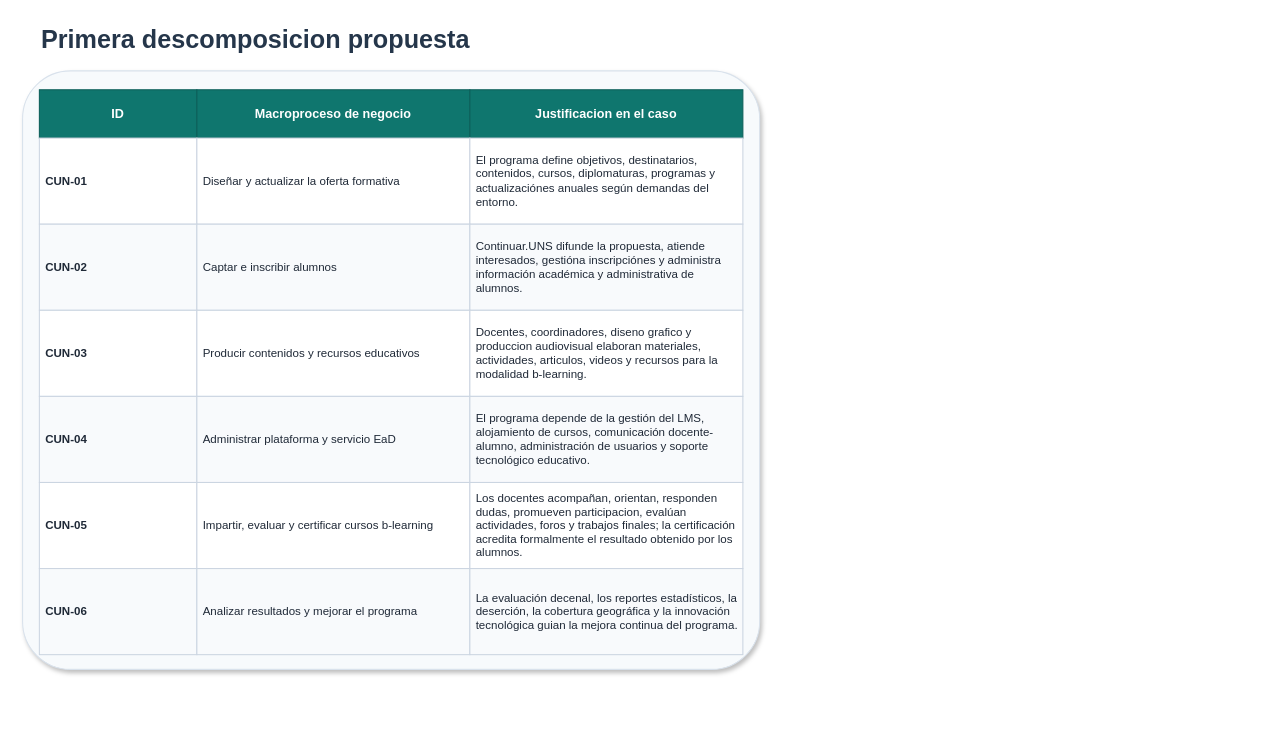
Before: page "Primera descomposicion propuesta" (1 of 2) of diagramas/tablas/Tablas_Primera_Descomposicion_BLearning.drawio in Jsue46/exposicionayd, a draw.io diagram. Source tidied: cells renumbered, new cells numbered last; positions are measured from the earlier drawing's top-left corner, leaving out a move shared by most shapes. Both pictures are drawn from the tidied source at 105%, with x=0, y=0 at pixel (22, 18).
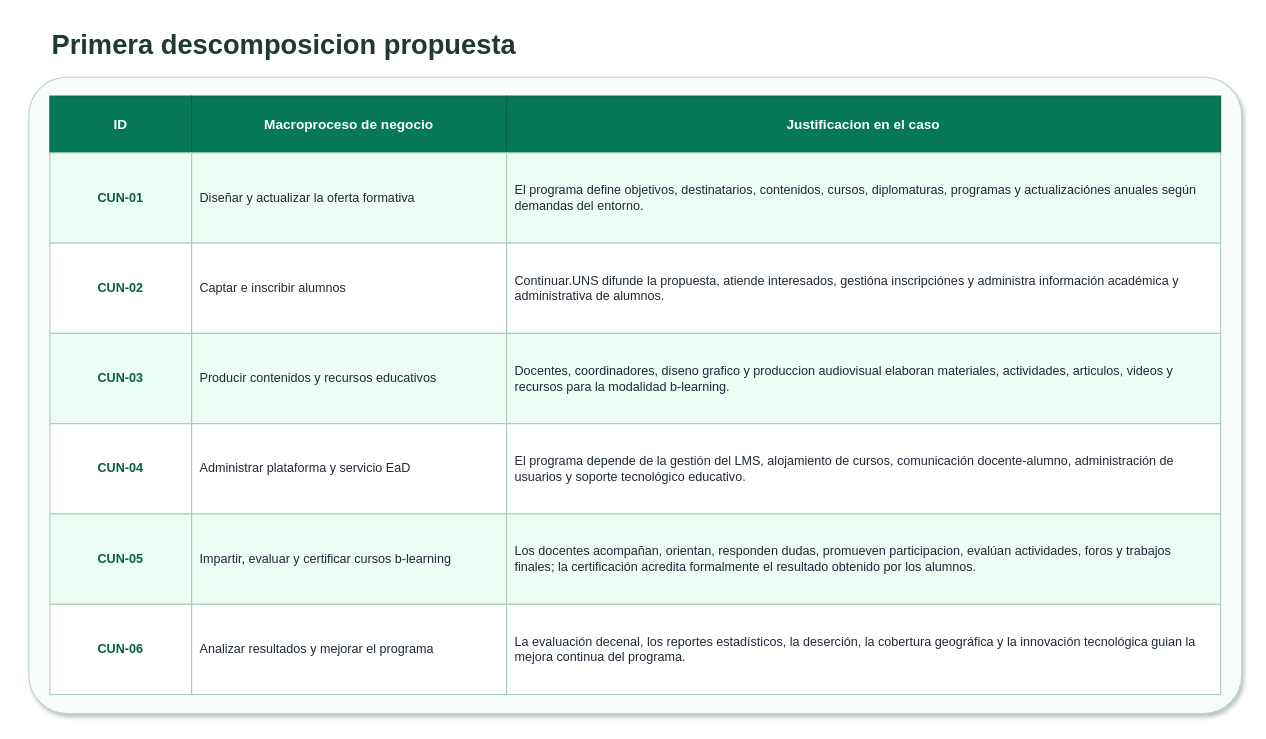
The same diagram, later.

Diff of the diagram source:
```diff
@@
-    <mxCell id="2" value="Primera descomposicion propuesta" style="text;html=1;strokeColor=none;fillColor=none;align=left;verticalAlign=middle;whiteSpace=wrap;rounded=0;fontSize=24;fontStyle=1;fontColor=#25364A;" parent="1" vertex="1">
-      <mxGeometry x="16" width="670" height="42" as="geometry" />
+    <mxCell id="2" value="Primera descomposicion propuesta" style="text;html=1;strokeColor=none;fillColor=none;align=left;verticalAlign=middle;whiteSpace=wrap;rounded=0;fontSize=26;fontStyle=1;fontColor=#1F3A33;" parent="1" vertex="1">
+      <mxGeometry x="26" y="2" width="1115" height="46" as="geometry" />
     </mxCell>
-    <mxCell id="3" style="rounded=1;whiteSpace=wrap;html=1;fillColor=#F7FAFC;strokeColor=#D9E2EC;arcSize=8;shadow=1;" parent="1" vertex="1">
-      <mxGeometry y="50" width="702" height="570" as="geometry" />
+    <mxCell id="3" style="rounded=1;whiteSpace=wrap;html=1;fillColor=#F8FCFA;strokeColor=#B7D7C2;arcSize=6;shadow=1;" parent="1" vertex="1">
+      <mxGeometry x="6" y="56" width="1155" height="606" as="geometry" />
     </mxCell>
-    <mxCell id="4" value="ID" style="rounded=0;whiteSpace=wrap;html=1;fillColor=#0F766E;strokeColor=#0B5F59;fontColor=#FFFFFF;fontStyle=1;align=center;verticalAlign=middle;fontSize=12;spacing=6;" parent="1" vertex="1">
-      <mxGeometry x="16" y="68" width="150" height="46" as="geometry" />
+    <mxCell id="4" value="ID" style="rounded=0;whiteSpace=wrap;html=1;fillColor=#047857;strokeColor=#065F46;fontColor=#FFFFFF;fontStyle=1;align=center;verticalAlign=middle;fontSize=13;spacing=8;" parent="1" vertex="1">
+      <mxGeometry x="26" y="74" width="135" height="54" as="geometry" />
     </mxCell>
-    <mxCell id="5" value="Macroproceso de negocio" style="rounded=0;whiteSpace=wrap;html=1;fillColor=#0F766E;strokeColor=#0B5F59;fontColor=#FFFFFF;fontStyle=1;align=center;verticalAlign=middle;fontSize=12;spacing=6;" parent="1" vertex="1">
-      <mxGeometry x="166" y="68" width="260" height="46" as="geometry" />
+    <mxCell id="5" value="Macroproceso de negocio" style="rounded=0;whiteSpace=wrap;html=1;fillColor=#047857;strokeColor=#065F46;fontColor=#FFFFFF;fontStyle=1;align=center;verticalAlign=middle;fontSize=13;spacing=8;" parent="1" vertex="1">
+      <mxGeometry x="161" y="74" width="300" height="54" as="geometry" />
     </mxCell>
-    <mxCell id="6" value="Justificacion en el caso" style="rounded=0;whiteSpace=wrap;html=1;fillColor=#0F766E;strokeColor=#0B5F59;fontColor=#FFFFFF;fontStyle=1;align=center;verticalAlign=middle;fontSize=12;spacing=6;" parent="1" vertex="1">
-      <mxGeometry x="426" y="68" width="260" height="46" as="geometry" />
+    <mxCell id="6" value="Justificacion en el caso" style="rounded=0;whiteSpace=wrap;html=1;fillColor=#047857;strokeColor=#065F46;fontColor=#FFFFFF;fontStyle=1;align=center;verticalAlign=middle;fontSize=13;spacing=8;" parent="1" vertex="1">
+      <mxGeometry x="461" y="74" width="680" height="54" as="geometry" />
     </mxCell>
-    <mxCell id="7" value="CUN-01" style="rounded=0;whiteSpace=wrap;html=1;fillColor=#FFFFFF;strokeColor=#CBD5E1;fontColor=#1F2937;fontStyle=1;align=left;verticalAlign=middle;fontSize=11;spacing=6;" parent="1" vertex="1">
-      <mxGeometry x="16" y="114" width="150" height="82" as="geometry" />
+    <mxCell id="7" value="CUN-01" style="rounded=0;whiteSpace=wrap;html=1;fillColor=#ECFDF5;strokeColor=#A7CBB6;fontColor=#065F46;fontStyle=1;align=center;verticalAlign=middle;fontSize=12;spacing=8;" parent="1" vertex="1">
+      <mxGeometry x="26" y="128" width="135" height="86" as="geometry" />
     </mxCell>
-    <mxCell id="8" value="Diseñar y actualizar la oferta formativa" style="rounded=0;whiteSpace=wrap;html=1;fillColor=#FFFFFF;strokeColor=#CBD5E1;fontColor=#1F2937;fontStyle=0;align=left;verticalAlign=middle;fontSize=11;spacing=6;" parent="1" vertex="1">
-      <mxGeometry x="166" y="114" width="260" height="82" as="geometry" />
+    <mxCell id="8" value="Diseñar y actualizar la oferta formativa" style="rounded=0;whiteSpace=wrap;html=1;fillColor=#ECFDF5;strokeColor=#A7CBB6;fontColor=#1F2937;fontStyle=0;align=left;verticalAlign=middle;fontSize=12;spacing=8;" parent="1" vertex="1">
+      <mxGeometry x="161" y="128" width="300" height="86" as="geometry" />
     </mxCell>
-    <mxCell id="9" value="El programa define objetivos, destinatarios, contenidos, cursos, diplomaturas, programas y actualizaciónes anuales según demandas del entorno." style="rounded=0;whiteSpace=wrap;html=1;fillColor=#FFFFFF;strokeColor=#CBD5E1;fontColor=#1F2937;fontStyle=0;align=left;verticalAlign=middle;fontSize=11;spacing=6;" parent="1" vertex="1">
-      <mxGeometry x="426" y="114" width="260" height="82" as="geometry" />
+    <mxCell id="9" value="El programa define objetivos, destinatarios, contenidos, cursos, diplomaturas, programas y actualizaciónes anuales según demandas del entorno." style="rounded=0;whiteSpace=wrap;html=1;fillColor=#ECFDF5;strokeColor=#A7CBB6;fontColor=#1F2937;fontStyle=0;align=left;verticalAlign=middle;fontSize=12;spacing=8;" parent="1" vertex="1">
+      <mxGeometry x="461" y="128" width="680" height="86" as="geometry" />
     </mxCell>
-    <mxCell id="10" value="CUN-02" style="rounded=0;whiteSpace=wrap;html=1;fillColor=#F8FAFC;strokeColor=#CBD5E1;fontColor=#1F2937;fontStyle=1;align=left;verticalAlign=middle;fontSize=11;spacing=6;" parent="1" vertex="1">
-      <mxGeometry x="16" y="196" width="150" height="82" as="geometry" />
+    <mxCell id="10" value="CUN-02" style="rounded=0;whiteSpace=wrap;html=1;fillColor=#FFFFFF;strokeColor=#A7CBB6;fontColor=#065F46;fontStyle=1;align=center;verticalAlign=middle;fontSize=12;spacing=8;" parent="1" vertex="1">
+      <mxGeometry x="26" y="214" width="135" height="86" as="geometry" />
     </mxCell>
-    <mxCell id="11" value="Captar e inscribir alumnos" style="rounded=0;whiteSpace=wrap;html=1;fillColor=#F8FAFC;strokeColor=#CBD5E1;fontColor=#1F2937;fontStyle=0;align=left;verticalAlign=middle;fontSize=11;spacing=6;" parent="1" vertex="1">
-      <mxGeometry x="166" y="196" width="260" height="82" as="geometry" />
+    <mxCell id="11" value="Captar e inscribir alumnos" style="rounded=0;whiteSpace=wrap;html=1;fillColor=#FFFFFF;strokeColor=#A7CBB6;fontColor=#1F2937;fontStyle=0;align=left;verticalAlign=middle;fontSize=12;spacing=8;" parent="1" vertex="1">
+      <mxGeometry x="161" y="214" width="300" height="86" as="geometry" />
     </mxCell>
-    <mxCell id="12" value="Continuar.UNS difunde la propuesta, atiende interesados, gestióna inscripciónes y administra información académica y administrativa de alumnos." style="rounded=0;whiteSpace=wrap;html=1;fillColor=#F8FAFC;strokeColor=#CBD5E1;fontColor=#1F2937;fontStyle=0;align=left;verticalAlign=middle;fontSize=11;spacing=6;" parent="1" vertex="1">
-      <mxGeometry x="426" y="196" width="260" height="82" as="geometry" />
+    <mxCell id="12" value="Continuar.UNS difunde la propuesta, atiende interesados, gestióna inscripciónes y administra información académica y administrativa de alumnos." style="rounded=0;whiteSpace=wrap;html=1;fillColor=#FFFFFF;strokeColor=#A7CBB6;fontColor=#1F2937;fontStyle=0;align=left;verticalAlign=middle;fontSize=12;spacing=8;" parent="1" vertex="1">
+      <mxGeometry x="461" y="214" width="680" height="86" as="geometry" />
     </mxCell>
-    <mxCell id="13" value="CUN-03" style="rounded=0;whiteSpace=wrap;html=1;fillColor=#FFFFFF;strokeColor=#CBD5E1;fontColor=#1F2937;fontStyle=1;align=left;verticalAlign=middle;fontSize=11;spacing=6;" parent="1" vertex="1">
-      <mxGeometry x="16" y="278" width="150" height="82" as="geometry" />
+    <mxCell id="13" value="CUN-03" style="rounded=0;whiteSpace=wrap;html=1;fillColor=#ECFDF5;strokeColor=#A7CBB6;fontColor=#065F46;fontStyle=1;align=center;verticalAlign=middle;fontSize=12;spacing=8;" parent="1" vertex="1">
+      <mxGeometry x="26" y="300" width="135" height="86" as="geometry" />
     </mxCell>
-    <mxCell id="14" value="Producir contenidos y recursos educativos" style="rounded=0;whiteSpace=wrap;html=1;fillColor=#FFFFFF;strokeColor=#CBD5E1;fontColor=#1F2937;fontStyle=0;align=left;verticalAlign=middle;fontSize=11;spacing=6;" parent="1" vertex="1">
-      <mxGeometry x="166" y="278" width="260" height="82" as="geometry" />
+    <mxCell id="14" value="Producir contenidos y recursos educativos" style="rounded=0;whiteSpace=wrap;html=1;fillColor=#ECFDF5;strokeColor=#A7CBB6;fontColor=#1F2937;fontStyle=0;align=left;verticalAlign=middle;fontSize=12;spacing=8;" parent="1" vertex="1">
+      <mxGeometry x="161" y="300" width="300" height="86" as="geometry" />
     </mxCell>
-    <mxCell id="15" value="Docentes, coordinadores, diseno grafico y produccion audiovisual elaboran materiales, actividades, articulos, videos y recursos para la modalidad b-learning." style="rounded=0;whiteSpace=wrap;html=1;fillColor=#FFFFFF;strokeColor=#CBD5E1;fontColor=#1F2937;fontStyle=0;align=left;verticalAlign=middle;fontSize=11;spacing=6;" parent="1" vertex="1">
-      <mxGeometry x="426" y="278" width="260" height="82" as="geometry" />
+    <mxCell id="15" value="Docentes, coordinadores, diseno grafico y produccion audiovisual elaboran materiales, actividades, articulos, videos y recursos para la modalidad b-learning." style="rounded=0;whiteSpace=wrap;html=1;fillColor=#ECFDF5;strokeColor=#A7CBB6;fontColor=#1F2937;fontStyle=0;align=left;verticalAlign=middle;fontSize=12;spacing=8;" parent="1" vertex="1">
+      <mxGeometry x="461" y="300" width="680" height="86" as="geometry" />
     </mxCell>
-    <mxCell id="16" value="CUN-04" style="rounded=0;whiteSpace=wrap;html=1;fillColor=#F8FAFC;strokeColor=#CBD5E1;fontColor=#1F2937;fontStyle=1;align=left;verticalAlign=middle;fontSize=11;spacing=6;" parent="1" vertex="1">
-      <mxGeometry x="16" y="360" width="150" height="82" as="geometry" />
+    <mxCell id="16" value="CUN-04" style="rounded=0;whiteSpace=wrap;html=1;fillColor=#FFFFFF;strokeColor=#A7CBB6;fontColor=#065F46;fontStyle=1;align=center;verticalAlign=middle;fontSize=12;spacing=8;" parent="1" vertex="1">
+      <mxGeometry x="26" y="386" width="135" height="86" as="geometry" />
     </mxCell>
-    <mxCell id="17" value="Administrar plataforma y servicio EaD" style="rounded=0;whiteSpace=wrap;html=1;fillColor=#F8FAFC;strokeColor=#CBD5E1;fontColor=#1F2937;fontStyle=0;align=left;verticalAlign=middle;fontSize=11;spacing=6;" parent="1" vertex="1">
-      <mxGeometry x="166" y="360" width="260" height="82" as="geometry" />
+    <mxCell id="17" value="Administrar plataforma y servicio EaD" style="rounded=0;whiteSpace=wrap;html=1;fillColor=#FFFFFF;strokeColor=#A7CBB6;fontColor=#1F2937;fontStyle=0;align=left;verticalAlign=middle;fontSize=12;spacing=8;" parent="1" vertex="1">
+      <mxGeometry x="161" y="386" width="300" height="86" as="geometry" />
     </mxCell>
-    <mxCell id="18" value="El programa depende de la gestión del LMS, alojamiento de cursos, comunicación docente-alumno, administración de usuarios y soporte tecnológico educativo." style="rounded=0;whiteSpace=wrap;html=1;fillColor=#F8FAFC;strokeColor=#CBD5E1;fontColor=#1F2937;fontStyle=0;align=left;verticalAlign=middle;fontSize=11;spacing=6;" parent="1" vertex="1">
-      <mxGeometry x="426" y="360" width="260" height="82" as="geometry" />
+    <mxCell id="18" value="El programa depende de la gestión del LMS, alojamiento de cursos, comunicación docente-alumno, administración de usuarios y soporte tecnológico educativo." style="rounded=0;whiteSpace=wrap;html=1;fillColor=#FFFFFF;strokeColor=#A7CBB6;fontColor=#1F2937;fontStyle=0;align=left;verticalAlign=middle;fontSize=12;spacing=8;" parent="1" vertex="1">
+      <mxGeometry x="461" y="386" width="680" height="86" as="geometry" />
     </mxCell>
-    <mxCell id="19" value="CUN-05" style="rounded=0;whiteSpace=wrap;html=1;fillColor=#FFFFFF;strokeColor=#CBD5E1;fontColor=#1F2937;fontStyle=1;align=left;verticalAlign=middle;fontSize=11;spacing=6;" parent="1" vertex="1">
-      <mxGeometry x="16" y="442" width="150" height="82" as="geometry" />
+    <mxCell id="19" value="CUN-05" style="rounded=0;whiteSpace=wrap;html=1;fillColor=#ECFDF5;strokeColor=#A7CBB6;fontColor=#065F46;fontStyle=1;align=center;verticalAlign=middle;fontSize=12;spacing=8;" parent="1" vertex="1">
+      <mxGeometry x="26" y="472" width="135" height="86" as="geometry" />
     </mxCell>
-    <mxCell id="20" value="Impartir, evaluar y certificar cursos b-learning" style="rounded=0;whiteSpace=wrap;html=1;fillColor=#FFFFFF;strokeColor=#CBD5E1;fontColor=#1F2937;fontStyle=0;align=left;verticalAlign=middle;fontSize=11;spacing=6;" parent="1" vertex="1">
-      <mxGeometry x="166" y="442" width="260" height="82" as="geometry" />
+    <mxCell id="20" value="Impartir, evaluar y certificar cursos b-learning" style="rounded=0;whiteSpace=wrap;html=1;fillColor=#ECFDF5;strokeColor=#A7CBB6;fontColor=#1F2937;fontStyle=0;align=left;verticalAlign=middle;fontSize=12;spacing=8;" parent="1" vertex="1">
+      <mxGeometry x="161" y="472" width="300" height="86" as="geometry" />
     </mxCell>
-    <mxCell id="21" value="Los docentes acompañan, orientan, responden dudas, promueven participacion, evalúan actividades, foros y trabajos finales; la certificación acredita formalmente el resultado obtenido por los alumnos." style="rounded=0;whiteSpace=wrap;html=1;fillColor=#FFFFFF;strokeColor=#CBD5E1;fontColor=#1F2937;fontStyle=0;align=left;verticalAlign=middle;fontSize=11;spacing=6;" parent="1" vertex="1">
-      <mxGeometry x="426" y="442" width="260" height="82" as="geometry" />
+    <mxCell id="21" value="Los docentes acompañan, orientan, responden dudas, promueven participacion, evalúan actividades, foros y trabajos finales; la certificación acredita formalmente el resultado obtenido por los alumnos." style="rounded=0;whiteSpace=wrap;html=1;fillColor=#ECFDF5;strokeColor=#A7CBB6;fontColor=#1F2937;fontStyle=0;align=left;verticalAlign=middle;fontSize=12;spacing=8;" parent="1" vertex="1">
+      <mxGeometry x="461" y="472" width="680" height="86" as="geometry" />
     </mxCell>
-    <mxCell id="22" value="CUN-06" style="rounded=0;whiteSpace=wrap;html=1;fillColor=#F8FAFC;strokeColor=#CBD5E1;fontColor=#1F2937;fontStyle=1;align=left;verticalAlign=middle;fontSize=11;spacing=6;" parent="1" vertex="1">
-      <mxGeometry x="16" y="524" width="150" height="82" as="geometry" />
+    <mxCell id="22" value="CUN-06" style="rounded=0;whiteSpace=wrap;html=1;fillColor=#FFFFFF;strokeColor=#A7CBB6;fontColor=#065F46;fontStyle=1;align=center;verticalAlign=middle;fontSize=12;spacing=8;" parent="1" vertex="1">
+      <mxGeometry x="26" y="558" width="135" height="86" as="geometry" />
     </mxCell>
-    <mxCell id="23" value="Analizar resultados y mejorar el programa" style="rounded=0;whiteSpace=wrap;html=1;fillColor=#F8FAFC;strokeColor=#CBD5E1;fontColor=#1F2937;fontStyle=0;align=left;verticalAlign=middle;fontSize=11;spacing=6;" parent="1" vertex="1">
-      <mxGeometry x="166" y="524" width="260" height="82" as="geometry" />
+    <mxCell id="23" value="Analizar resultados y mejorar el programa" style="rounded=0;whiteSpace=wrap;html=1;fillColor=#FFFFFF;strokeColor=#A7CBB6;fontColor=#1F2937;fontStyle=0;align=left;verticalAlign=middle;fontSize=12;spacing=8;" parent="1" vertex="1">
+      <mxGeometry x="161" y="558" width="300" height="86" as="geometry" />
     </mxCell>
-    <mxCell id="24" value="La evaluación decenal, los reportes estadísticos, la deserción, la cobertura geográfica y la innovación tecnológica guian la mejora continua del programa." style="rounded=0;whiteSpace=wrap;html=1;fillColor=#F8FAFC;strokeColor=#CBD5E1;fontColor=#1F2937;fontStyle=0;align=left;verticalAlign=middle;fontSize=11;spacing=6;" parent="1" vertex="1">
-      <mxGeometry x="426" y="524" width="260" height="82" as="geometry" />
+    <mxCell id="24" value="La evaluación decenal, los reportes estadísticos, la deserción, la cobertura geográfica y la innovación tecnológica guian la mejora continua del programa." style="rounded=0;whiteSpace=wrap;html=1;fillColor=#FFFFFF;strokeColor=#A7CBB6;fontColor=#1F2937;fontStyle=0;align=left;verticalAlign=middle;fontSize=12;spacing=8;" parent="1" vertex="1">
+      <mxGeometry x="461" y="558" width="680" height="86" as="geometry" />
     </mxCell>
```
